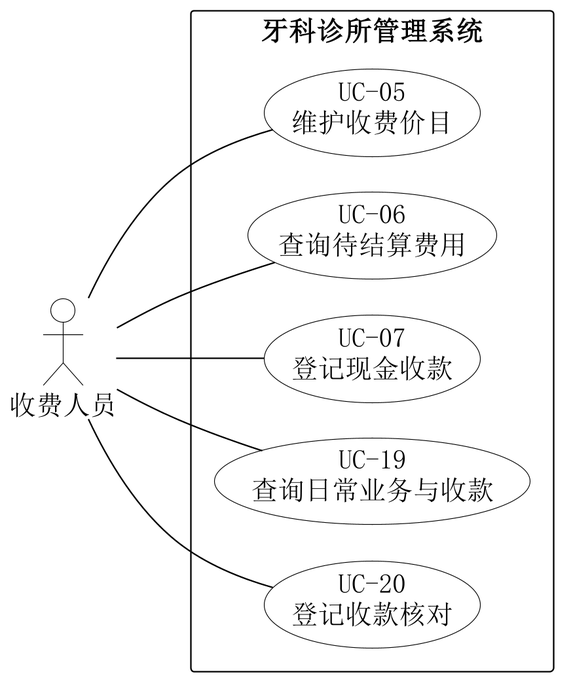
Before: 01-需求文档/diagrams/07-system-cashier.png, a diagram exported from PlantUML (Shawmc-creator/systemAnalyseAndDesign).
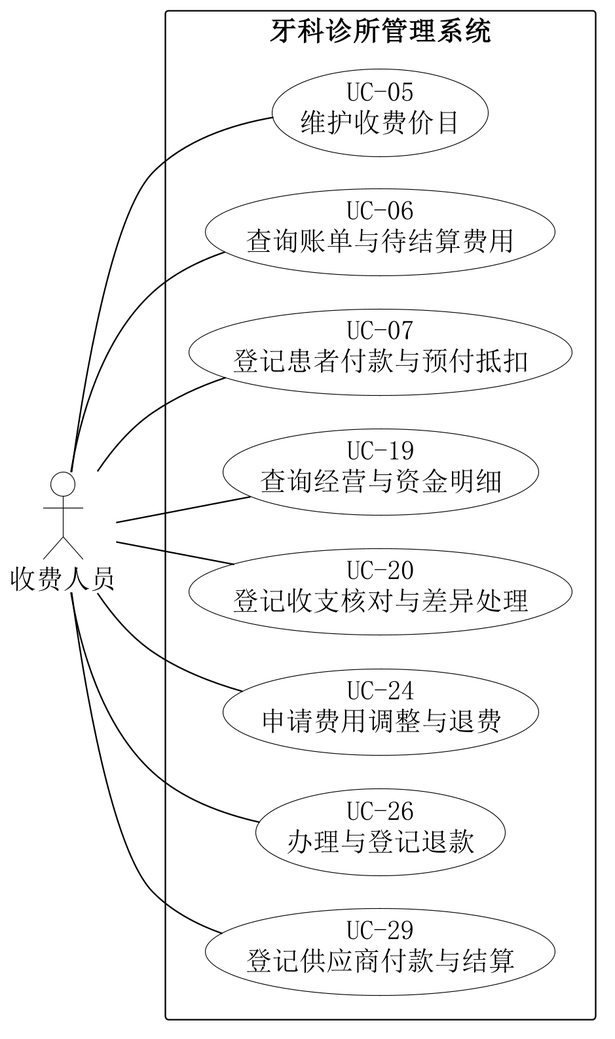
After the change.

What changed in the source:
```diff
@@ -5,8 +5,8 @@
 skinparam defaultFontSize 18
 skinparam dpi 220
 skinparam ArrowColor black
-skinparam nodesep 24
-skinparam ranksep 65
+skinparam nodesep 22
+skinparam ranksep 48
 skinparam actor {
  BorderColor black
  BackgroundColor white
@@ -23,19 +23,28 @@
 actor "收费人员" as A
 rectangle "牙科诊所管理系统" {
  usecase "UC-05\n维护收费价目" as U5
- usecase "UC-06\n查询待结算费用" as U6
- usecase "UC-07\n登记现金收款" as U7
- usecase "UC-19\n查询日常业务与收款" as U19
- usecase "UC-20\n登记收款核对" as U20
+ usecase "UC-06\n查询账单与待结算费用" as U6
+ usecase "UC-07\n登记患者付款与预付抵扣" as U7
+ usecase "UC-19\n查询经营与资金明细" as U19
+ usecase "UC-20\n登记收支核对与差异处理" as U20
+ usecase "UC-24\n申请费用调整与退费" as U24
+ usecase "UC-26\n办理与登记退款" as U26
+ usecase "UC-29\n登记供应商付款与结算" as U29
 }
 A -- U5
 A -- U6
 A -- U7
 A -- U19
 A -- U20
-U5 -[hidden]left-> U6
-U6 -[hidden]left-> U7
-U7 -[hidden]left-> U19
-U19 -[hidden]left-> U20
+A -- U24
+A -- U26
+A -- U29
+U6 -[hidden]right-> U5
+U7 -[hidden]right-> U6
+U19 -[hidden]right-> U7
+U20 -[hidden]right-> U19
+U24 -[hidden]right-> U20
+U26 -[hidden]right-> U24
+U29 -[hidden]right-> U26
 
 @enduml
```
